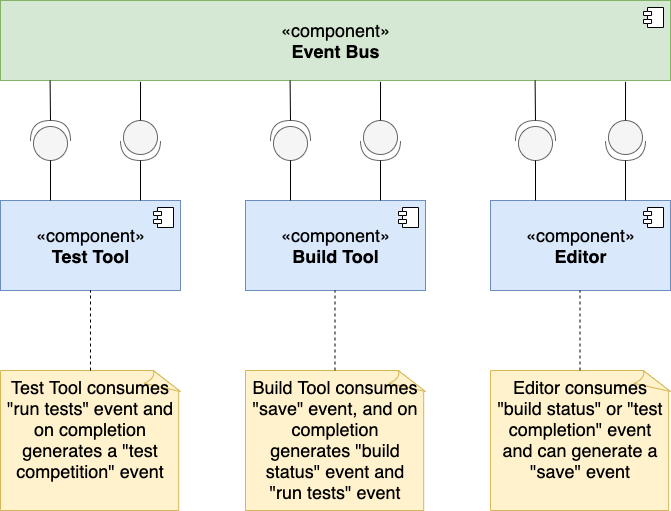
Earlier version of the draw.io export Architectural styles/Implicit Invocation Systems/EventBasedComponentDiagram.png (smitbmx/Architecture-Diagrams). Source tidied: cells renumbered, new cells last; positions are measured from the earlier drawing's top-left corner, leaving out a move shared by most shapes.
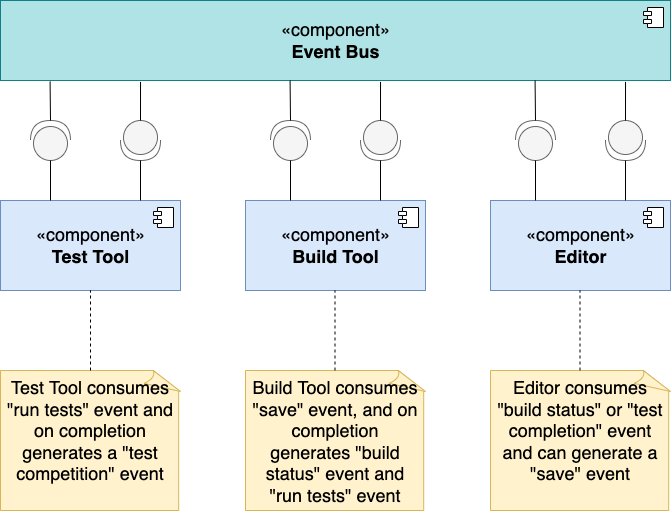
Later version of the same file.

Diff of the diagram source:
```diff
@@ -2,7 +2,7 @@
   <root>
     <mxCell id="0" />
     <mxCell id="1" parent="0" />
-    <mxCell id="2" value="«component»&lt;br style=&quot;font-size: 18px;&quot;&gt;&lt;b style=&quot;font-size: 18px;&quot;&gt;Event Bus&lt;/b&gt;" style="html=1;fontSize=18;fillColor=#d5e8d4;strokeColor=#82b366;" parent="1" vertex="1">
+    <mxCell id="2" value="«component»&lt;br style=&quot;font-size: 18px;&quot;&gt;&lt;b style=&quot;font-size: 18px;&quot;&gt;Event Bus&lt;/b&gt;" style="html=1;fontSize=18;fillColor=#b0e3e6;strokeColor=#0e8088;" parent="1" vertex="1">
       <mxGeometry width="670" height="80" as="geometry" />
     </mxCell>
     <mxCell id="3" style="shape=module;jettyWidth=8;jettyHeight=4;" parent="2" vertex="1">
```
